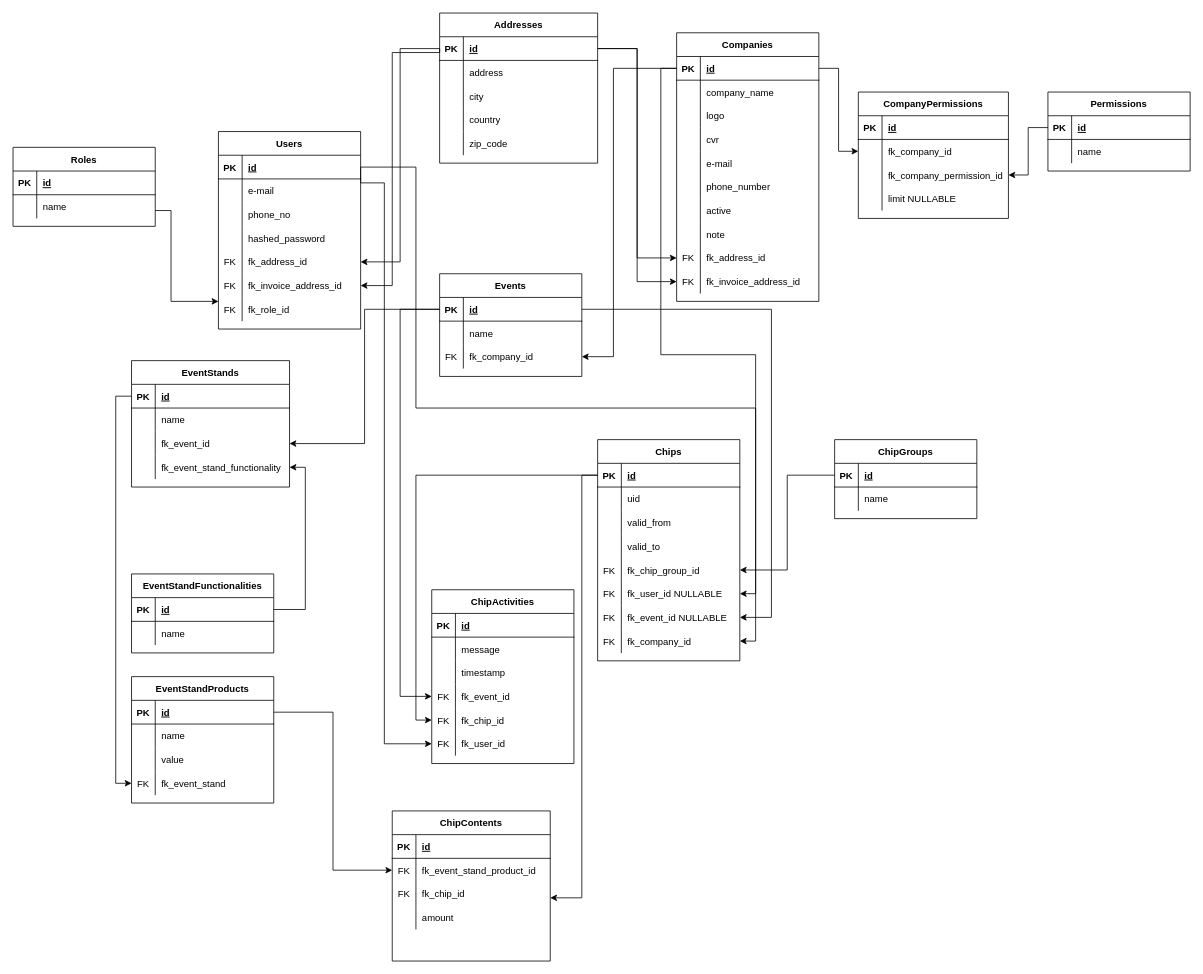
Ronnie1983/Idevent keeps this draw.io diagram as DrawIOFiles/ER-diagram.drawio. Above is the earlier version. Source tidied: cells renumbered, new cells numbered last; positions are measured from the earlier drawing's top-left corner, leaving out a move shared by most shapes. Both pictures are drawn from the tidied source at 79%, with x=0, y=0 at pixel (13, 13).
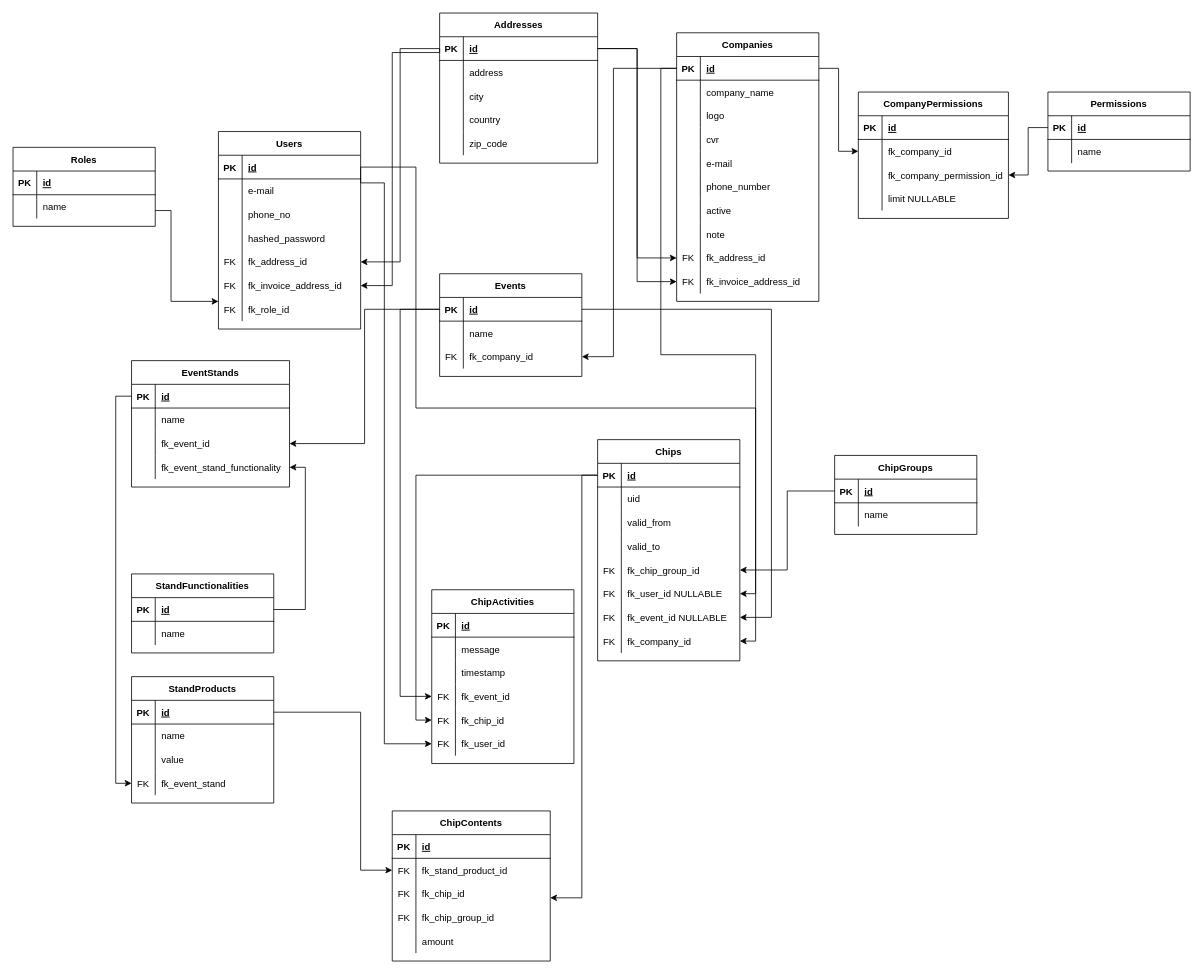
After the change.

Commit message (it also covers changes not shown here):
Added Identity(1,1) to all existing tables. Updated ER-diagram. Added column to ChipContents.

The change refers to these unchanged cells:
```xml
<mxCell id="92" style="shape=partialRectangle;fillColor=none;top=0;left=0;bottom=1;right=0;points=[[0,0.5],[1,0.5]];portConstraint=eastwest;" parent="91" vertex="1">
  <mxGeometry y="30" width="180" height="30" as="geometry" />
</mxCell>
<mxCell id="212" value="ChipContents" style="shape=table;startSize=30;childLayout=tableLayout;rowLines=0;fontStyle=1;align=center;" parent="1" vertex="1">
  <mxGeometry x="480" y="1010" width="200" height="190" as="geometry" />
</mxCell>
<mxCell id="216" style="shape=partialRectangle;fillColor=none;top=0;left=0;bottom=0;right=0;points=[[0,0.5],[1,0.5]];portConstraint=eastwest;" parent="212" vertex="1">
  <mxGeometry y="60" width="200" height="30" as="geometry" />
</mxCell>
```

The edit, as a diff of the source:
```diff
@@
-    <mxCell id="91" value="EventStandProducts" style="shape=table;startSize=30;childLayout=tableLayout;rowLines=0;fontStyle=1;align=center;" parent="1" vertex="1">
+    <mxCell id="91" value="StandProducts" style="shape=table;startSize=30;childLayout=tableLayout;rowLines=0;fontStyle=1;align=center;" parent="1" vertex="1">
       <mxGeometry x="150" y="840" width="180" height="160" as="geometry" />
     </mxCell>
@@
-    <mxCell id="150" value="EventStandFunctionalities" style="shape=table;startSize=30;childLayout=tableLayout;rowLines=0;fontStyle=1;align=center;" parent="1" vertex="1">
+    <mxCell id="150" value="StandFunctionalities" style="shape=table;startSize=30;childLayout=tableLayout;rowLines=0;fontStyle=1;align=center;" parent="1" vertex="1">
       <mxGeometry x="150" y="710" width="180" height="100" as="geometry" />
     </mxCell>
@@
     <mxCell id="199" value="ChipGroups" style="shape=table;startSize=30;childLayout=tableLayout;rowLines=0;fontStyle=1;align=center;" parent="1" vertex="1">
-      <mxGeometry x="1040" y="540" width="180" height="100" as="geometry" />
+      <mxGeometry x="1040" y="560" width="180" height="100" as="geometry" />
     </mxCell>
@@
     <mxCell id="210" style="edgeStyle=orthogonalEdgeStyle;rounded=0;jettySize=auto;html=1;" parent="1" edge="1" source="92" target="216">
-      <mxGeometry relative="1" as="geometry" />
+      <mxGeometry relative="1" as="geometry">
+        <Array as="points">
+          <mxPoint x="440" y="885" />
+          <mxPoint x="440" y="1085" />
+        </Array>
+      </mxGeometry>
     </mxCell>
@@
-    <mxCell id="218" value="fk_event_stand_product_id" style="shape=partialRectangle;fillColor=none;top=0;left=0;bottom=0;right=0;align=left;spacingLeft=6;overflow=hidden;" parent="216" vertex="1">
+    <mxCell id="218" value="fk_stand_product_id" style="shape=partialRectangle;fillColor=none;top=0;left=0;bottom=0;right=0;align=left;spacingLeft=6;overflow=hidden;" parent="216" vertex="1">
       <mxGeometry x="30" width="170" height="30" as="geometry" />
     </mxCell>
@@
+    <mxCell id="225" style="shape=partialRectangle;fillColor=none;top=0;left=0;bottom=0;right=0;" parent="212" vertex="1">
+      <mxGeometry y="120" width="200" height="30" as="geometry" />
+    </mxCell>
+    <mxCell id="226" value="FK" style="shape=partialRectangle;fillColor=none;top=0;left=0;bottom=0;right=0;overflow=hidden;" parent="225" vertex="1">
+      <mxGeometry width="30" height="30" as="geometry" />
+    </mxCell>
+    <mxCell id="227" value="fk_chip_group_id" style="shape=partialRectangle;fillColor=none;top=0;left=0;bottom=0;right=0;align=left;spacingLeft=6;overflow=hidden;" parent="225" vertex="1">
+      <mxGeometry x="30" width="170" height="30" as="geometry" />
+    </mxCell>
     <mxCell id="222" style="shape=partialRectangle;fillColor=none;top=0;left=0;bottom=0;right=0;" parent="212" vertex="1">
-      <mxGeometry y="120" width="200" height="30" as="geometry" />
+      <mxGeometry y="150" width="200" height="30" as="geometry" />
     </mxCell>
```
